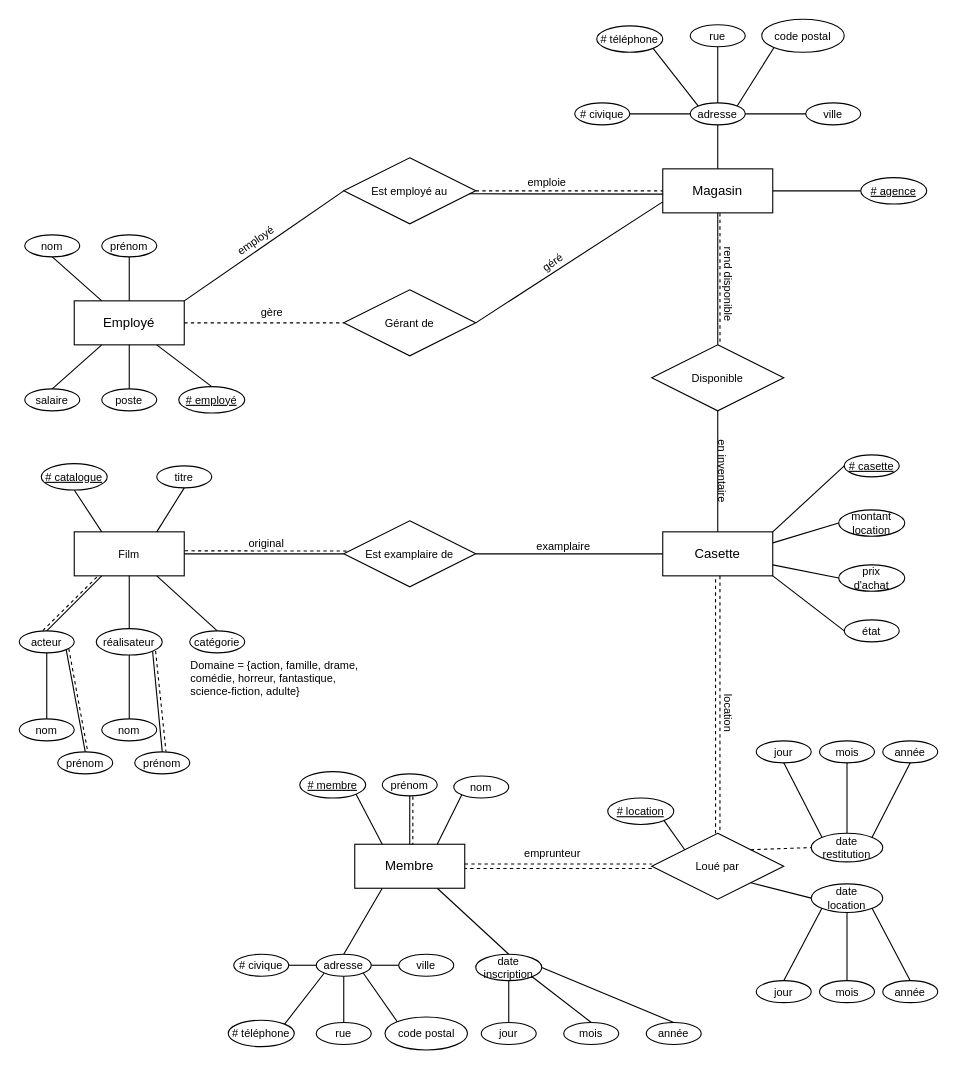
Earlier version of the draw.io diagram page "Exercice-2" (2 of 2) of Diagramme.drawio (jeanclaude-desrosiers/ift2935-devoir1). Source tidied: cells renumbered, new cells numbered last; positions are measured from the earlier drawing's top-left corner, leaving out a move shared by most shapes. Both pictures are drawn from the tidied source at 110%, with x=0, y=0 at pixel (19, 19).
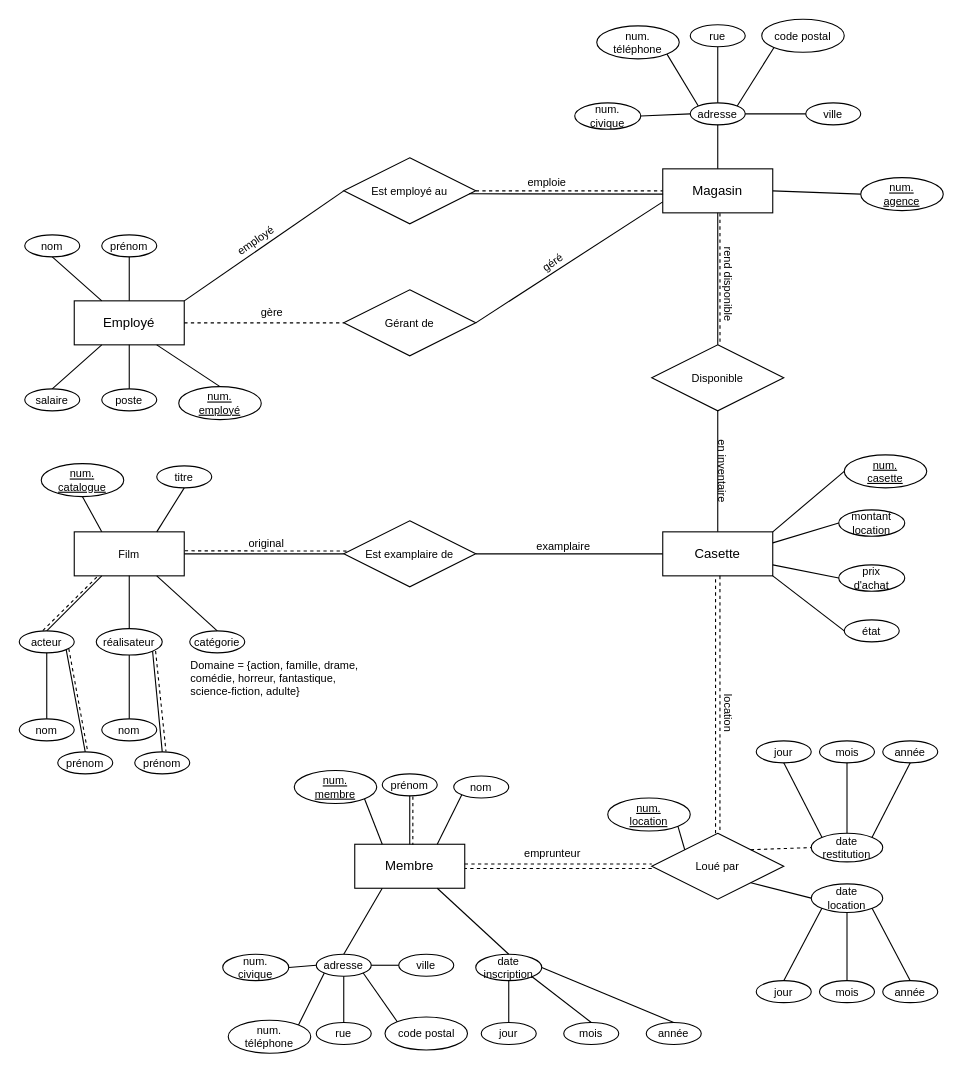
The same page after the edit.

Commit message:
Retirer le '#' du nom des attributs

The edit, as a diff of the source:
```diff
@@
-    <mxCell id="7" value="# civique" style="ellipse;whiteSpace=wrap;html=1;align=center;fontSize=10;" parent="1" vertex="1">
-      <mxGeometry x="505" y="76" width="50" height="20" as="geometry" />
+    <mxCell id="7" value="&lt;div&gt;num.&lt;/div&gt;&lt;div&gt;civique&lt;/div&gt;" style="ellipse;whiteSpace=wrap;html=1;align=center;fontSize=10;" parent="1" vertex="1">
+      <mxGeometry x="505" y="76" width="60" height="24" as="geometry" />
     </mxCell>
@@
-    <mxCell id="11" value="# téléphone" style="ellipse;whiteSpace=wrap;html=1;align=center;fontSize=10;" parent="1" vertex="1">
-      <mxGeometry x="525" y="6" width="60" height="24" as="geometry" />
+    <mxCell id="11" value="&lt;div&gt;num.&lt;/div&gt;&lt;div&gt;téléphone&lt;/div&gt;" style="ellipse;whiteSpace=wrap;html=1;align=center;fontSize=10;" parent="1" vertex="1">
+      <mxGeometry x="525" y="6" width="75" height="30" as="geometry" />
     </mxCell>
-    <mxCell id="12" value="# agence" style="ellipse;whiteSpace=wrap;html=1;align=center;fontStyle=4;fontSize=10;" parent="1" vertex="1">
-      <mxGeometry x="765" y="144" width="60" height="24" as="geometry" />
+    <mxCell id="12" value="&lt;div&gt;num.&lt;/div&gt;&lt;div&gt;agence&lt;/div&gt;" style="ellipse;whiteSpace=wrap;html=1;align=center;fontStyle=4;fontSize=10;" parent="1" vertex="1">
+      <mxGeometry x="765" y="144" width="75" height="30" as="geometry" />
     </mxCell>
@@
-    <mxCell id="37" value="# employé" style="ellipse;whiteSpace=wrap;html=1;align=center;fontStyle=4;fontSize=10;" parent="1" vertex="1">
-      <mxGeometry x="145" y="334" width="60" height="24" as="geometry" />
+    <mxCell id="37" value="&lt;div&gt;num.&lt;/div&gt;&lt;div&gt;employé&lt;/div&gt;" style="ellipse;whiteSpace=wrap;html=1;align=center;fontStyle=4;fontSize=10;" parent="1" vertex="1">
+      <mxGeometry x="145" y="334" width="75" height="30" as="geometry" />
     </mxCell>
@@
-    <mxCell id="44" value="# catalogue" style="ellipse;whiteSpace=wrap;html=1;align=center;fontStyle=4;fontSize=10;" parent="1" vertex="1">
-      <mxGeometry x="20" y="404" width="60" height="24" as="geometry" />
+    <mxCell id="44" value="&lt;div&gt;num.&lt;/div&gt;&lt;div&gt;catalogue&lt;/div&gt;" style="ellipse;whiteSpace=wrap;html=1;align=center;fontStyle=4;fontSize=10;" parent="1" vertex="1">
+      <mxGeometry x="20" y="404" width="75" height="30" as="geometry" />
     </mxCell>
@@
-    <mxCell id="77" value="# casette" style="ellipse;whiteSpace=wrap;html=1;align=center;fontStyle=4;fontSize=10;" parent="1" vertex="1">
-      <mxGeometry x="750" y="396" width="50" height="20" as="geometry" />
+    <mxCell id="77" value="&lt;div&gt;num.&lt;/div&gt;&lt;div&gt;casette&lt;/div&gt;" style="ellipse;whiteSpace=wrap;html=1;align=center;fontStyle=4;fontSize=10;" parent="1" vertex="1">
+      <mxGeometry x="750" y="396" width="75" height="30" as="geometry" />
     </mxCell>
@@
-    <mxCell id="88" value="# civique" style="ellipse;whiteSpace=wrap;html=1;align=center;fontSize=10;" parent="1" vertex="1">
-      <mxGeometry x="195" y="850" width="50" height="20" as="geometry" />
+    <mxCell id="88" value="&lt;div&gt;num.&lt;/div&gt;&lt;div&gt;civique&lt;/div&gt;" style="ellipse;whiteSpace=wrap;html=1;align=center;fontSize=10;" parent="1" vertex="1">
+      <mxGeometry x="185" y="850" width="60" height="24" as="geometry" />
     </mxCell>
@@
-    <mxCell id="92" value="# téléphone" style="ellipse;whiteSpace=wrap;html=1;align=center;fontSize=10;" parent="1" vertex="1">
-      <mxGeometry x="190" y="910" width="60" height="24" as="geometry" />
+    <mxCell id="92" value="&lt;div&gt;num.&lt;/div&gt;&lt;div&gt;téléphone&lt;/div&gt;" style="ellipse;whiteSpace=wrap;html=1;align=center;fontSize=10;" parent="1" vertex="1">
+      <mxGeometry x="190" y="910" width="75" height="30" as="geometry" />
     </mxCell>
@@
-    <mxCell id="109" value="# membre" style="ellipse;whiteSpace=wrap;html=1;align=center;fontStyle=4;fontSize=10;" parent="1" vertex="1">
-      <mxGeometry x="255" y="684" width="60" height="24" as="geometry" />
+    <mxCell id="109" value="&lt;div&gt;num.&lt;/div&gt;&lt;div&gt;membre&lt;/div&gt;" style="ellipse;whiteSpace=wrap;html=1;align=center;fontStyle=4;fontSize=10;" parent="1" vertex="1">
+      <mxGeometry x="250" y="683" width="75" height="30" as="geometry" />
     </mxCell>
@@
-    <mxCell id="116" value="# location" style="ellipse;whiteSpace=wrap;html=1;align=center;fontStyle=4;fontSize=10;" parent="1" vertex="1">
-      <mxGeometry x="535" y="708" width="60" height="24" as="geometry" />
+    <mxCell id="116" value="&lt;div&gt;num.&lt;/div&gt;&lt;div&gt;location&lt;/div&gt;" style="ellipse;whiteSpace=wrap;html=1;align=center;fontStyle=4;fontSize=10;" parent="1" vertex="1">
+      <mxGeometry x="535" y="708" width="75" height="30" as="geometry" />
     </mxCell>
```
